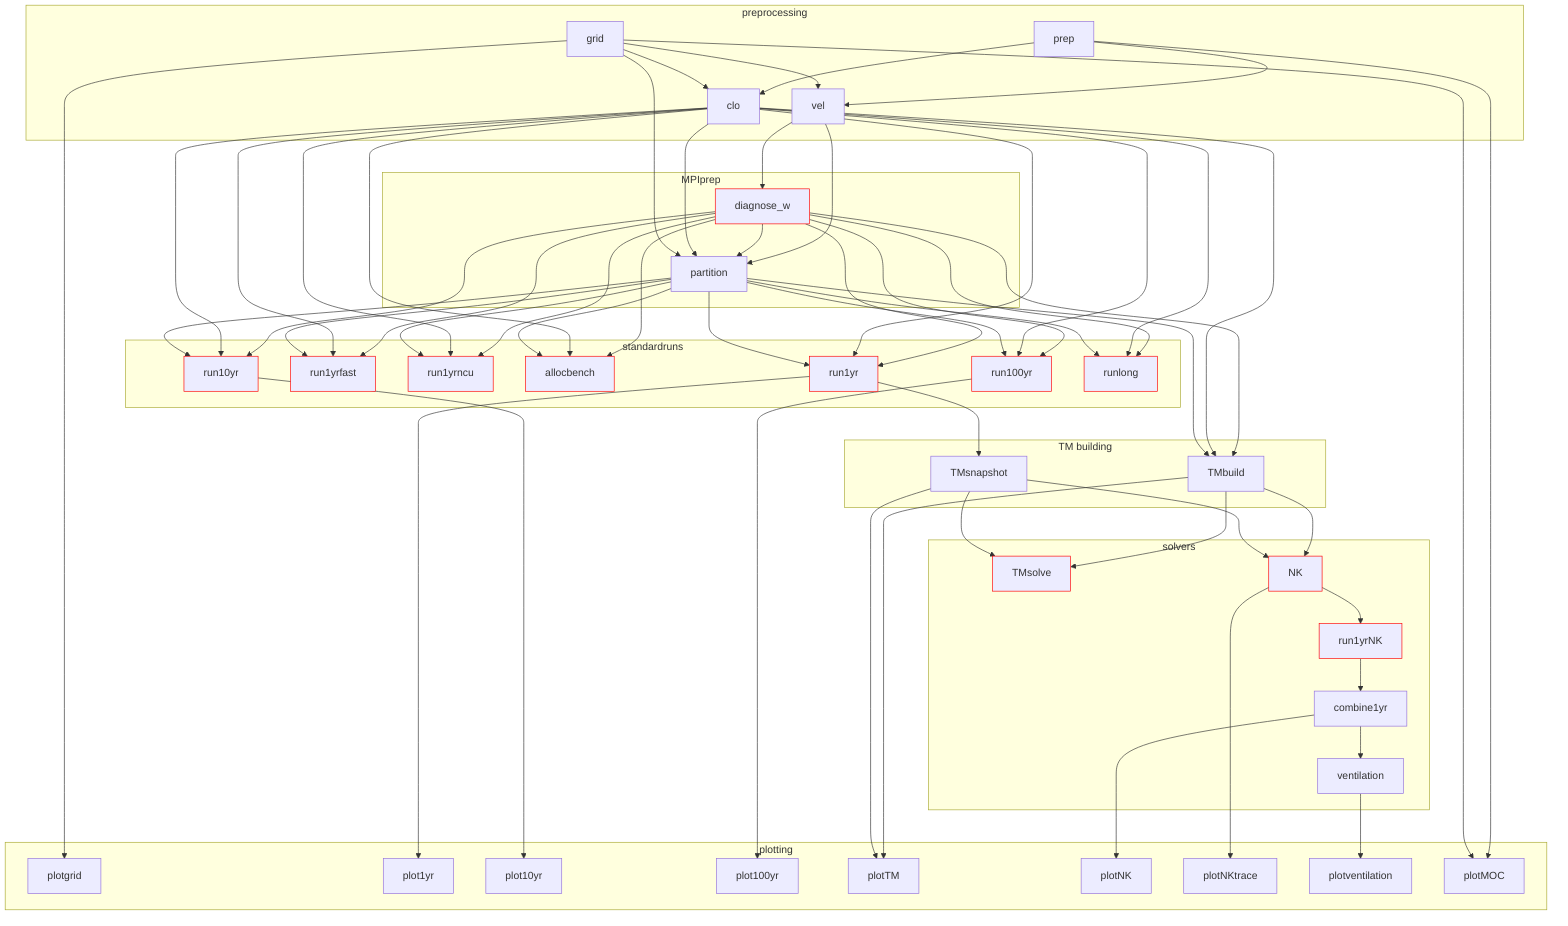
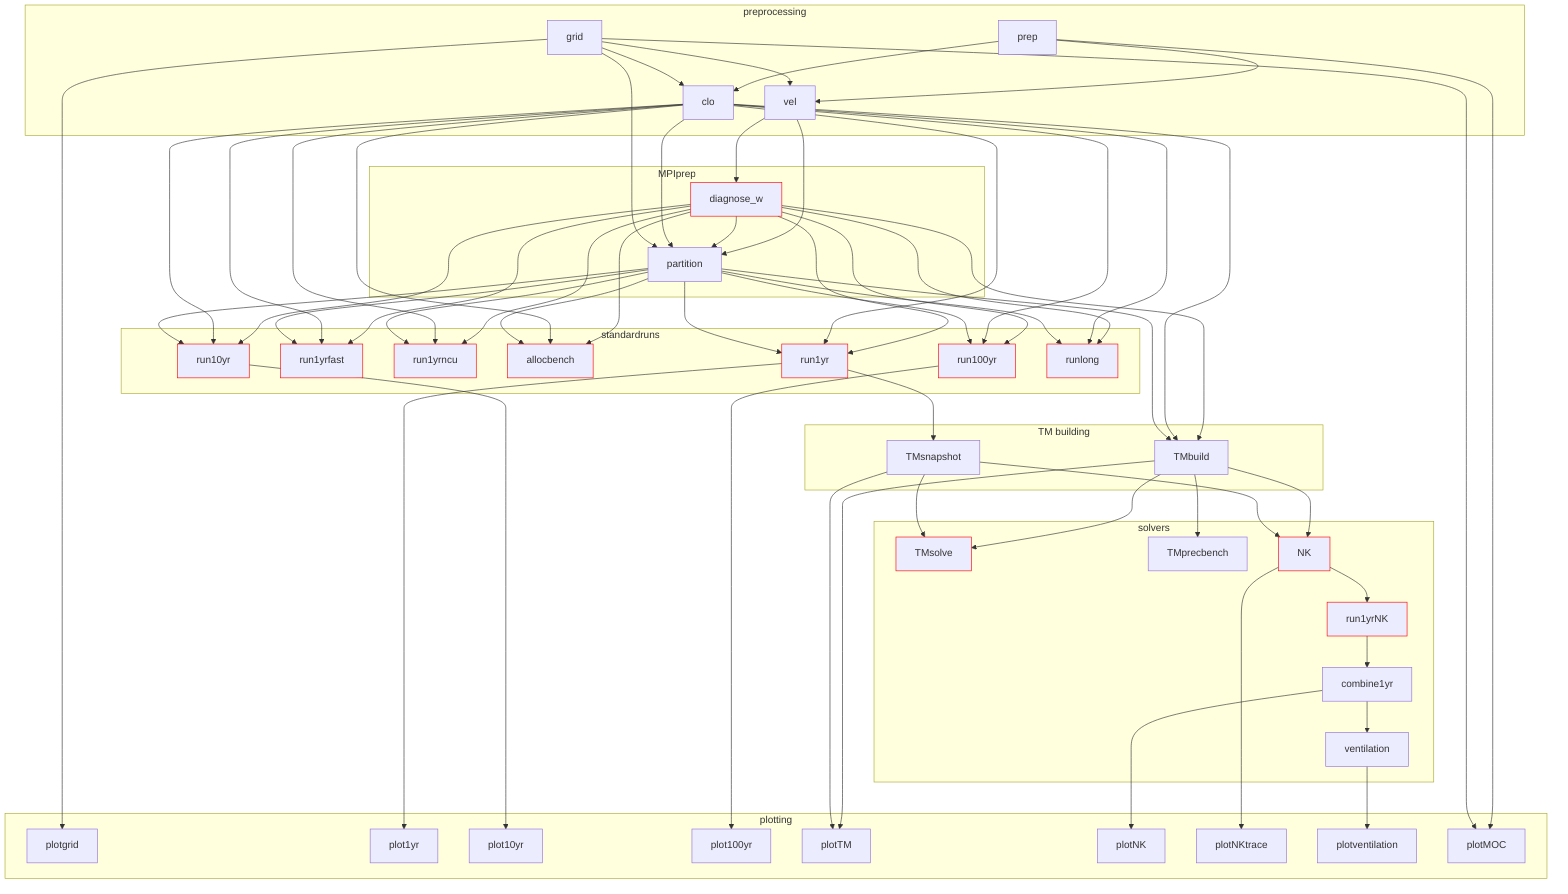
---
config:
  flowchart:
    curve: basis
---
graph TD
    classDef gpu stroke:#f00;
    subgraph preprocessing
        prep & grid & vel & clo
    end
    subgraph MPIprep
        diagnose_w:::gpu & partition
    end
    subgraph standardruns
        run1yr:::gpu & run1yrfast:::gpu & run1yrncu:::gpu & allocbench:::gpu & run10yr:::gpu & run100yr:::gpu & runlong:::gpu
    end
    subgraph TM building
        TMbuild & TMsnapshot
    end
    subgraph solvers
-         TMsolve:::gpu & NK:::gpu & run1yrNK:::gpu & combine1yr & ventilation
+         TMsolve:::gpu & TMprecbench & NK:::gpu & run1yrNK:::gpu & combine1yr & ventilation
    end
    subgraph plotting
        plotgrid & plot1yr & plot10yr & plot100yr & plotTM & plotNK & plotNKtrace & plotventilation & plotMOC
    end
    prep & grid --> vel & clo
    vel --> diagnose_w
    vel & diagnose_w & clo & grid --> partition
    diagnose_w & clo --> run1yr & run1yrfast & run1yrncu & allocbench & run10yr & run100yr & runlong & TMbuild
    partition --> run1yr & run1yrfast & run1yrncu & allocbench & run10yr & run100yr & runlong & TMbuild
    run1yr --> TMsnapshot & plot1yr
    run10yr --> plot10yr
    run100yr --> plot100yr
    TMbuild & TMsnapshot --> TMsolve & NK & plotTM
+     TMbuild --> TMprecbench
    NK --> run1yrNK & plotNKtrace
    run1yrNK --> combine1yr
    combine1yr --> plotNK & ventilation
    ventilation --> plotventilation
    grid --> plotgrid
    prep & grid --> plotMOC
